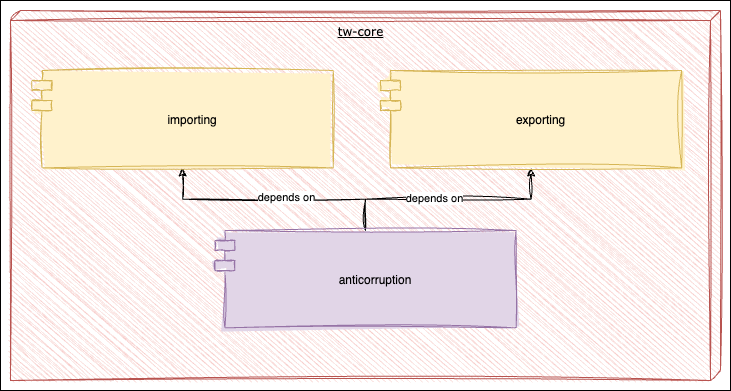
Earlier version of the draw.io export docs/assets/static-level-2.drawio.png (tinohertlein/timesheet-wizard). Source tidied: cells renumbered, new cells last; positions are measured from the earlier drawing's top-left corner, leaving out a move shared by most shapes.
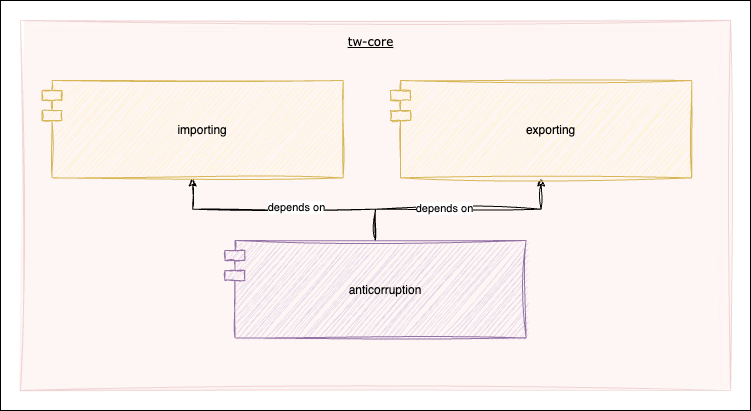
Above is the later version.

Change to the diagram source:
```diff
@@ -3,12 +3,12 @@
     <mxCell id="0" />
     <mxCell id="1" parent="0" />
     <mxCell id="2" style="rounded=0;whiteSpace=wrap;html=1;fillStyle=auto;" parent="1" vertex="1">
-      <mxGeometry width="730" height="390" as="geometry" />
+      <mxGeometry x="-10" y="-10" width="750" height="410" as="geometry" />
     </mxCell>
-    <mxCell id="3" style="group;align=center;verticalAlign=bottom;" parent="1" vertex="1">
+    <mxCell id="3" style="group;align=center;verticalAlign=bottom;fillColor=#f8cecc;strokeColor=#b85450;fillStyle=solid;sketch=1;curveFitting=1;jiggle=2;opacity=20;" parent="1" vertex="1">
       <mxGeometry x="10" y="10" width="710" height="370" as="geometry" />
     </mxCell>
-    <mxCell id="4" value="tw-core" style="verticalAlign=top;align=center;spacingTop=8;spacingLeft=2;spacingRight=12;shape=cube;size=10;direction=south;fontStyle=4;html=1;rounded=0;shadow=0;comic=0;labelBackgroundColor=none;strokeWidth=1;fontFamily=Verdana;fontSize=12;sketch=1;curveFitting=1;jiggle=2;fillColor=#f8cecc;strokeColor=#b85450;fillStyle=auto;" parent="3" vertex="1">
+    <mxCell id="4" value="tw-core" style="verticalAlign=top;align=center;spacingTop=8;spacingLeft=2;spacingRight=12;shape=cube;size=10;direction=south;fontStyle=4;html=1;rounded=0;shadow=0;comic=0;labelBackgroundColor=none;strokeWidth=1;fontFamily=Verdana;fontSize=12;sketch=1;curveFitting=1;jiggle=2;fillStyle=auto;fillColor=#F9F3F2;strokeColor=#b85450;opacity=1;" parent="3" vertex="1">
       <mxGeometry width="710" height="370" as="geometry" />
     </mxCell>
     <mxCell id="5" style="edgeStyle=orthogonalEdgeStyle;rounded=0;jettySize=auto;html=1;sketch=1;curveFitting=1;jiggle=2;startArrow=classic;startFill=1;endArrow=none;endFill=0;" parent="3" edge="1" source="7" target="11">
@@ -17,7 +17,7 @@
     <mxCell id="6" value="depends on" style="edgeLabel;html=1;align=center;verticalAlign=middle;" parent="5" vertex="1">
       <mxGeometry x="0.1" y="2" relative="1" as="geometry" />
     </mxCell>
-    <mxCell id="7" value="importing" style="shape=module;align=left;spacingLeft=20;align=center;verticalAlign=middle;sketch=1;curveFitting=1;jiggle=2;fillColor=#fff2cc;strokeColor=#d6b656;fillStyle=solid;" parent="3" vertex="1">
+    <mxCell id="7" value="importing" style="shape=module;align=left;spacingLeft=20;align=center;verticalAlign=middle;fillColor=#fff2cc;strokeColor=#d6b656;fillStyle=auto;sketch=1;curveFitting=1;jiggle=2;" parent="3" vertex="1">
       <mxGeometry x="21.5" y="60" width="301.2" height="97.4" as="geometry" />
     </mxCell>
     <mxCell id="8" style="edgeStyle=orthogonalEdgeStyle;rounded=0;jettySize=auto;html=1;sketch=1;curveFitting=1;jiggle=2;endArrow=none;endFill=0;startArrow=classic;startFill=1;" parent="3" edge="1" source="10" target="11">
@@ -26,10 +26,10 @@
     <mxCell id="9" value="depends on" style="edgeLabel;html=1;align=center;verticalAlign=middle;" parent="8" vertex="1">
       <mxGeometry x="0.12" y="-1" relative="1" as="geometry" />
     </mxCell>
-    <mxCell id="10" value="exporting" style="shape=module;align=left;spacingLeft=20;align=center;verticalAlign=middle;sketch=1;curveFitting=1;jiggle=2;fillColor=#fff2cc;strokeColor=#d6b656;fillStyle=solid;" parent="3" vertex="1">
+    <mxCell id="10" value="exporting" style="shape=module;align=left;spacingLeft=20;align=center;verticalAlign=middle;fillColor=#fff2cc;strokeColor=#d6b656;fillStyle=auto;sketch=1;curveFitting=1;jiggle=2;" parent="3" vertex="1">
       <mxGeometry x="370" y="60" width="301.2" height="97.4" as="geometry" />
     </mxCell>
-    <mxCell id="11" value="anticorruption" style="shape=module;align=left;spacingLeft=20;align=center;verticalAlign=middle;sketch=1;curveFitting=1;jiggle=2;fillColor=#e1d5e7;strokeColor=#9673a6;fillStyle=solid;" parent="3" vertex="1">
+    <mxCell id="11" value="anticorruption" style="shape=module;align=left;spacingLeft=20;align=center;verticalAlign=middle;sketch=1;curveFitting=1;jiggle=2;fillColor=#e1d5e7;strokeColor=#9673a6;fillStyle=auto;" parent="3" vertex="1">
       <mxGeometry x="204.4" y="220" width="301.2" height="97.4" as="geometry" />
     </mxCell>
   </root>
```
